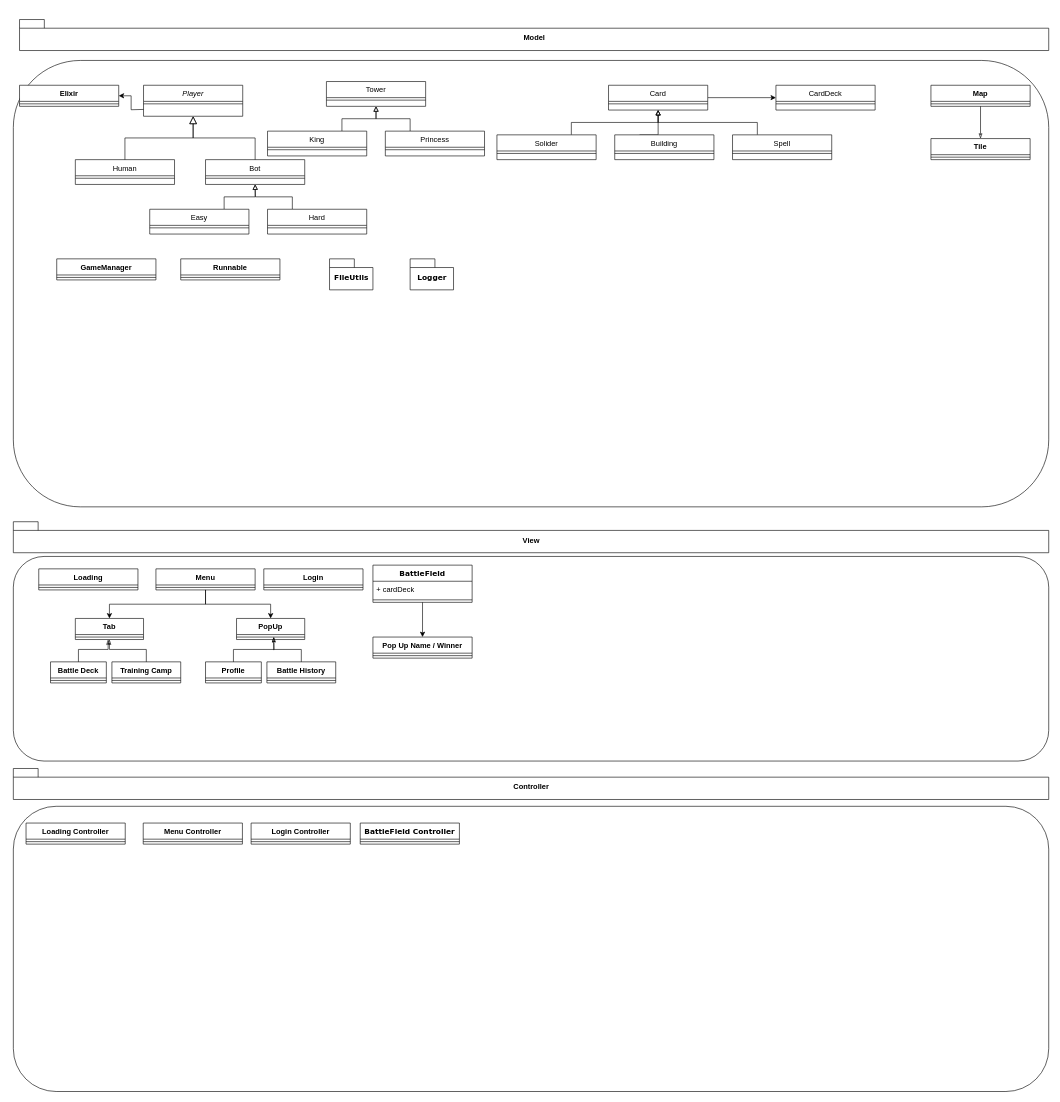
This is Clash Royale Class Diagram.drawio from pouyam79i/ClashRoyale, a draw.io file, before an edit. Source tidied: cells renumbered, new cells numbered last; positions are measured from the earlier drawing's top-left corner, leaving out a move shared by most shapes. Both pictures are drawn from the tidied source at 62%, with x=0, y=0 at pixel (13, 19).
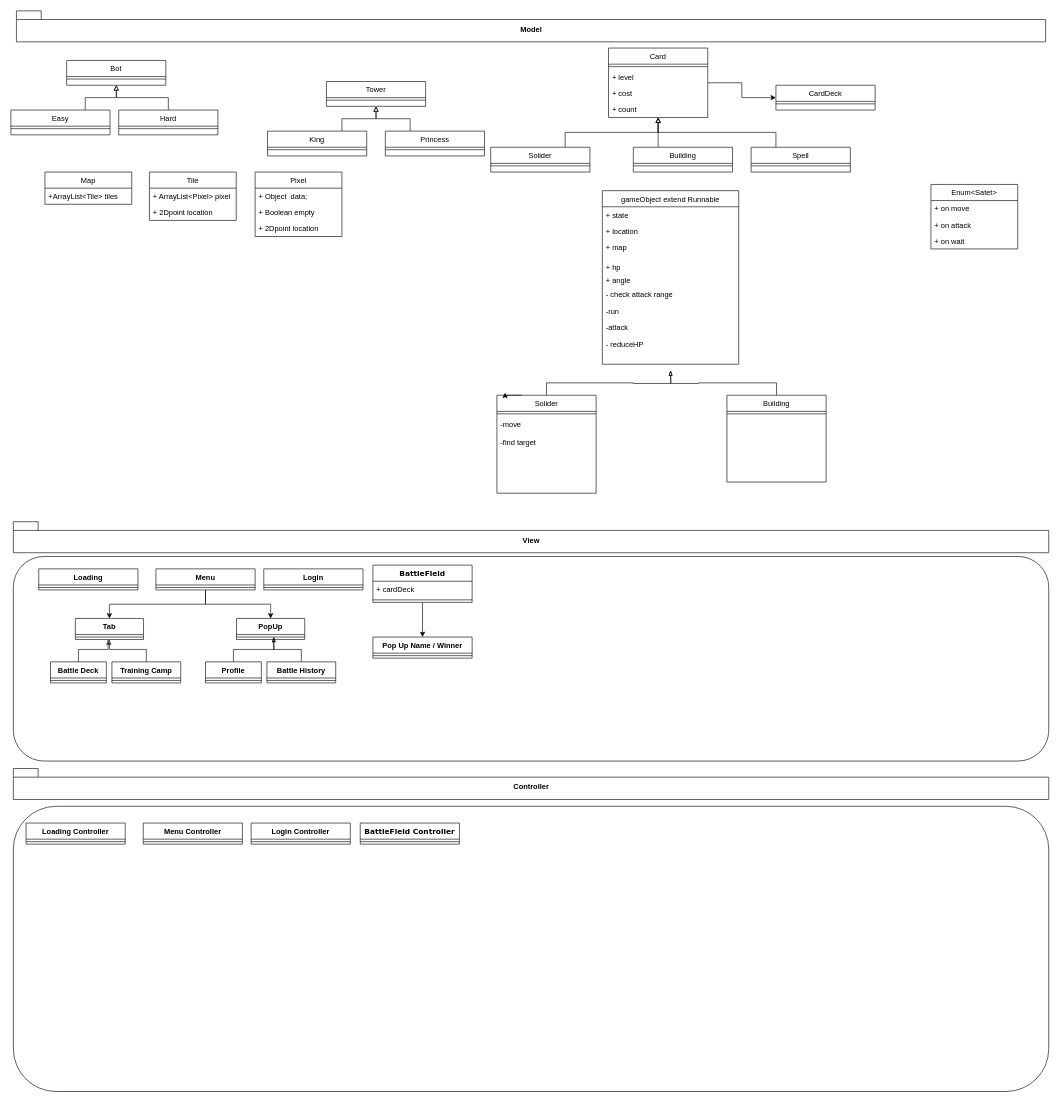
The same diagram, later.

Commit message:
feat: gameObject model and memory model for main game

Diff of the diagram source:
```diff
@@
-    <mxCell id="2" style="rounded=1;whiteSpace=wrap;html=1;fontFamily=Verdana;gradientColor=#ffffff;glass=1;fillColor=none;" parent="1" vertex="1">
-      <mxGeometry y="66" width="1670" height="720" as="geometry" />
-    </mxCell>
-    <mxCell id="3" value="Player" style="swimlane;fontStyle=2;align=center;verticalAlign=top;horizontal=1;startSize=26;rounded=0;shadow=0;strokeWidth=1;" parent="1" vertex="1">
-      <mxGeometry x="210" y="106" width="160" height="50" as="geometry" />
-    </mxCell>
-    <mxCell id="4" style="line;html=1;strokeWidth=1;align=left;verticalAlign=middle;spacingTop=-1;spacingLeft=3;spacingRight=3;labelPosition=right;" parent="3" vertex="1">
-      <mxGeometry y="26" width="160" height="8" as="geometry" />
-    </mxCell>
-    <mxCell id="5" value="Human" style="swimlane;fontStyle=0;align=center;verticalAlign=top;horizontal=1;startSize=26;rounded=0;shadow=0;strokeWidth=1;" parent="1" vertex="1">
-      <mxGeometry x="100" y="226" width="160" height="40" as="geometry" />
-    </mxCell>
-    <mxCell id="6" style="line;html=1;strokeWidth=1;align=left;verticalAlign=middle;spacingTop=-1;spacingLeft=3;spacingRight=3;labelPosition=right;" parent="5" vertex="1">
-      <mxGeometry y="26" width="160" height="8" as="geometry" />
-    </mxCell>
-    <mxCell id="7" style="endArrow=block;endSize=10;endFill=0;shadow=0;strokeWidth=1;rounded=0;edgeStyle=elbowEdgeStyle;elbow=vertical;" parent="1" edge="1" source="5" target="3">
-      <mxGeometry relative="1" as="geometry" />
-    </mxCell>
     <mxCell id="8" value="Bot" style="swimlane;fontStyle=0;align=center;verticalAlign=top;horizontal=1;startSize=26;rounded=0;shadow=0;strokeWidth=1;" parent="1" vertex="1">
-      <mxGeometry x="310" y="226" width="160" height="40" as="geometry" />
+      <mxGeometry x="86" y="66" width="160" height="40" as="geometry" />
     </mxCell>
@@
-    <mxCell id="10" style="endArrow=block;endSize=10;endFill=0;shadow=0;strokeWidth=1;rounded=0;edgeStyle=elbowEdgeStyle;elbow=vertical;" parent="1" edge="1" source="8" target="3">
-      <mxGeometry relative="1" as="geometry" />
-    </mxCell>
@@
     <mxCell id="15" value="Easy&#10;" style="swimlane;fontStyle=0;align=center;verticalAlign=top;horizontal=1;startSize=26;rounded=0;shadow=0;strokeWidth=1;" parent="1" vertex="1">
-      <mxGeometry x="220" y="306" width="160" height="40" as="geometry" />
+      <mxGeometry x="-4" y="146" width="160" height="40" as="geometry" />
     </mxCell>
@@
-    <mxCell id="17" style="edgeStyle=orthogonalEdgeStyle;rounded=0;jettySize=auto;html=1;exitX=0.25;exitY=0;exitDx=0;exitDy=0;endArrow=block;endFill=0;" parent="1" edge="1" source="18">
+    <mxCell id="17" style="edgeStyle=orthogonalEdgeStyle;rounded=0;jettySize=auto;html=1;exitX=0.5;exitY=0;exitDx=0;exitDy=0;endArrow=block;endFill=0;" parent="1" edge="1" source="18">
       <mxGeometry relative="1" as="geometry">
-        <mxPoint x="390" y="266" as="targetPoint" />
+        <mxPoint x="166" y="106" as="targetPoint" />
       </mxGeometry>
     </mxCell>
     <mxCell id="18" value="Hard" style="swimlane;fontStyle=0;align=center;verticalAlign=top;horizontal=1;startSize=26;rounded=0;shadow=0;strokeWidth=1;" parent="1" vertex="1">
-      <mxGeometry x="410" y="306" width="160" height="40" as="geometry" />
+      <mxGeometry x="170" y="146" width="160" height="40" as="geometry" />
     </mxCell>
@@
     <mxCell id="27" value="Card" style="swimlane;fontStyle=0;align=center;verticalAlign=top;horizontal=1;startSize=26;rounded=0;shadow=0;strokeWidth=1;" parent="1" vertex="1">
-      <mxGeometry x="960" y="106" width="160" height="40" as="geometry" />
+      <mxGeometry x="960" y="46" width="160" height="112" as="geometry" />
     </mxCell>
@@
+    <mxCell id="96" value="+ level" style="text;strokeColor=none;fillColor=none;align=left;verticalAlign=top;spacingLeft=4;spacingRight=4;overflow=hidden;" parent="27" vertex="1">
+      <mxGeometry y="34" width="160" height="26" as="geometry" />
+    </mxCell>
+    <mxCell id="97" value="+ cost" style="text;strokeColor=none;fillColor=none;align=left;verticalAlign=top;spacingLeft=4;spacingRight=4;overflow=hidden;" parent="27" vertex="1">
+      <mxGeometry y="60" width="160" height="26" as="geometry" />
+    </mxCell>
+    <mxCell id="98" value="+ count" style="text;strokeColor=none;fillColor=none;align=left;verticalAlign=top;spacingLeft=4;spacingRight=4;overflow=hidden;" parent="27" vertex="1">
+      <mxGeometry y="86" width="160" height="26" as="geometry" />
+    </mxCell>
@@
     <mxCell id="30" value="Solider" style="swimlane;fontStyle=0;align=center;verticalAlign=top;horizontal=1;startSize=26;rounded=0;shadow=0;strokeWidth=1;" parent="1" vertex="1">
-      <mxGeometry x="780" y="186" width="160" height="40" as="geometry" />
+      <mxGeometry x="770" y="206" width="160" height="40" as="geometry" />
     </mxCell>
@@
     <mxCell id="33" value="Building" style="swimlane;fontStyle=0;align=center;verticalAlign=top;horizontal=1;startSize=26;rounded=0;shadow=0;strokeWidth=1;" parent="1" vertex="1">
-      <mxGeometry x="970" y="186" width="160" height="40" as="geometry" />
+      <mxGeometry x="1000" y="206" width="160" height="40" as="geometry" />
     </mxCell>
@@
     <mxCell id="36" value="Spell" style="swimlane;fontStyle=0;align=center;verticalAlign=top;horizontal=1;startSize=26;rounded=0;shadow=0;strokeWidth=1;" parent="1" vertex="1">
-      <mxGeometry x="1160" y="186" width="160" height="40" as="geometry" />
+      <mxGeometry x="1190" y="206" width="160" height="40" as="geometry" />
     </mxCell>
@@
     <mxCell id="38" value="Model" style="shape=folder;fontStyle=1;spacingTop=10;tabWidth=40;tabHeight=14;tabPosition=left;html=1;" parent="1" vertex="1">
-      <mxGeometry x="10" width="1660" height="50" as="geometry" />
+      <mxGeometry x="5" y="-14" width="1660" height="50" as="geometry" />
     </mxCell>
-    <mxCell id="39" value="Tile" style="swimlane;fontStyle=1;align=center;verticalAlign=top;horizontal=1;startSize=26;" parent="1" vertex="1">
-      <mxGeometry x="1480" y="192" width="160" height="34" as="geometry" />
-    </mxCell>
-    <mxCell id="40" style="line;strokeWidth=1;fillColor=none;align=left;verticalAlign=middle;spacingTop=-1;spacingLeft=3;spacingRight=3;labelPosition=right;" parent="39" vertex="1">
-      <mxGeometry y="26" width="160" height="8" as="geometry" />
-    </mxCell>
-    <mxCell id="41" style="edgeStyle=orthogonalEdgeStyle;rounded=0;jettySize=auto;html=1;exitX=0.5;exitY=1;exitDx=0;exitDy=0;fontFamily=Verdana;endArrow=classicThin;endFill=0;" parent="1" edge="1" source="42" target="39">
-      <mxGeometry relative="1" as="geometry" />
-    </mxCell>
-    <mxCell id="42" value="Map" style="swimlane;fontStyle=1;align=center;verticalAlign=top;horizontal=1;startSize=26;" parent="1" vertex="1">
-      <mxGeometry x="1480" y="106" width="160" height="34" as="geometry" />
-    </mxCell>
-    <mxCell id="43" style="line;strokeWidth=1;fillColor=none;align=left;verticalAlign=middle;spacingTop=-1;spacingLeft=3;spacingRight=3;labelPosition=right;" parent="42" vertex="1">
-      <mxGeometry y="26" width="160" height="8" as="geometry" />
-    </mxCell>
-    <mxCell id="44" value="Elixir" style="swimlane;fontStyle=1;align=center;verticalAlign=top;horizontal=1;startSize=26;" parent="1" vertex="1">
-      <mxGeometry x="10" y="106" width="160" height="34" as="geometry" />
-    </mxCell>
-    <mxCell id="45" style="line;strokeWidth=1;fillColor=none;align=left;verticalAlign=middle;spacingTop=-1;spacingLeft=3;spacingRight=3;labelPosition=right;" parent="44" vertex="1">
-      <mxGeometry y="26" width="160" height="8" as="geometry" />
-    </mxCell>
-    <mxCell id="46" style="edgeStyle=orthogonalEdgeStyle;rounded=0;jettySize=auto;html=1;exitX=0;exitY=0.5;exitDx=0;exitDy=0;entryX=1;entryY=0.5;entryDx=0;entryDy=0;endArrow=classic;endFill=1;" parent="1" edge="1" target="44">
-      <mxGeometry relative="1" as="geometry">
-        <mxPoint x="210" y="145" as="sourcePoint" />
-      </mxGeometry>
-    </mxCell>
-    <mxCell id="47" value="GameManager&#10;" style="swimlane;fontStyle=1;align=center;verticalAlign=top;horizontal=1;startSize=26;fillColor=none;gradientColor=none;" parent="1" vertex="1">
-      <mxGeometry x="70" y="386" width="160" height="34" as="geometry" />
-    </mxCell>
-    <mxCell id="48" style="line;strokeWidth=1;fillColor=none;align=left;verticalAlign=middle;spacingTop=-1;spacingLeft=3;spacingRight=3;labelPosition=right;" parent="47" vertex="1">
-      <mxGeometry y="26" width="160" height="8" as="geometry" />
-    </mxCell>
-    <mxCell id="49" value="Runnable&#10;" style="swimlane;fontStyle=1;align=center;verticalAlign=top;horizontal=1;startSize=26;fillColor=none;gradientColor=none;" parent="1" vertex="1">
-      <mxGeometry x="270" y="386" width="160" height="34" as="geometry" />
-    </mxCell>
-    <mxCell id="50" style="line;strokeWidth=1;fillColor=none;align=left;verticalAlign=middle;spacingTop=-1;spacingLeft=3;spacingRight=3;labelPosition=right;" parent="49" vertex="1">
-      <mxGeometry y="26" width="160" height="8" as="geometry" />
-    </mxCell>
@@
-    <mxCell id="94" value="FileUtils" style="shape=folder;fontStyle=1;spacingTop=10;tabWidth=40;tabHeight=14;tabPosition=left;html=1;glass=1;fontFamily=Verdana;fillColor=none;gradientColor=#ffffff;" parent="1" vertex="1">
-      <mxGeometry x="510" y="386" width="70" height="50" as="geometry" />
-    </mxCell>
-    <mxCell id="95" value="Logger" style="shape=folder;fontStyle=1;spacingTop=10;tabWidth=40;tabHeight=14;tabPosition=left;html=1;glass=1;fontFamily=Verdana;fillColor=none;gradientColor=#ffffff;" parent="1" vertex="1">
-      <mxGeometry x="640" y="386" width="70" height="50" as="geometry" />
-    </mxCell>
+    <mxCell id="42" value="Map" style="swimlane;fontStyle=0;horizontal=1;startSize=26;fillColor=none;" parent="1" vertex="1">
+      <mxGeometry x="51" y="246" width="140" height="52" as="geometry" />
+    </mxCell>
+    <mxCell id="99" value="+ArrayList&lt;Tile&gt; tiles" style="text;strokeColor=none;fillColor=none;align=left;verticalAlign=top;spacingLeft=4;spacingRight=4;overflow=hidden;" parent="42" vertex="1">
+      <mxGeometry y="26" width="140" height="26" as="geometry" />
+    </mxCell>
+    <mxCell id="39" value="Tile" style="swimlane;fontStyle=0;horizontal=1;startSize=26;fillColor=none;" parent="1" vertex="1">
+      <mxGeometry x="219.5" y="246" width="140" height="78" as="geometry" />
+    </mxCell>
+    <mxCell id="100" value="+ ArrayList&lt;Pixel&gt; pixel" style="text;strokeColor=none;fillColor=none;align=left;verticalAlign=top;spacingLeft=4;spacingRight=4;overflow=hidden;" parent="39" vertex="1">
+      <mxGeometry y="26" width="140" height="26" as="geometry" />
+    </mxCell>
+    <mxCell id="101" value="+ 2Dpoint location" style="text;strokeColor=none;fillColor=none;align=left;verticalAlign=top;spacingLeft=4;spacingRight=4;overflow=hidden;" parent="39" vertex="1">
+      <mxGeometry y="52" width="140" height="26" as="geometry" />
+    </mxCell>
+    <mxCell id="102" value="Pixel" style="swimlane;fontStyle=0;horizontal=1;startSize=26;fillColor=none;" parent="1" vertex="1">
+      <mxGeometry x="390" y="246" width="140" height="104" as="geometry" />
+    </mxCell>
+    <mxCell id="103" value="+ Object  data;" style="text;strokeColor=none;fillColor=none;align=left;verticalAlign=top;spacingLeft=4;spacingRight=4;overflow=hidden;" parent="102" vertex="1">
+      <mxGeometry y="26" width="140" height="26" as="geometry" />
+    </mxCell>
+    <mxCell id="104" value="+ Boolean empty" style="text;strokeColor=none;fillColor=none;align=left;verticalAlign=top;spacingLeft=4;spacingRight=4;overflow=hidden;" parent="102" vertex="1">
+      <mxGeometry y="52" width="140" height="26" as="geometry" />
+    </mxCell>
+    <mxCell id="105" value="+ 2Dpoint location" style="text;strokeColor=none;fillColor=none;align=left;verticalAlign=top;spacingLeft=4;spacingRight=4;overflow=hidden;" parent="102" vertex="1">
+      <mxGeometry y="78" width="140" height="26" as="geometry" />
+    </mxCell>
+    <mxCell id="106" value="gameObject extend Runnable" style="swimlane;fontStyle=0;horizontal=1;startSize=26;fillColor=none;" parent="1" vertex="1">
+      <mxGeometry x="950" y="276" width="220" height="280" as="geometry" />
+    </mxCell>
+    <mxCell id="107" value="+ state" style="text;strokeColor=none;fillColor=none;align=left;verticalAlign=top;spacingLeft=4;spacingRight=4;overflow=hidden;" parent="106" vertex="1">
+      <mxGeometry y="26" width="220" height="26" as="geometry" />
+    </mxCell>
+    <mxCell id="108" value="+ location" style="text;strokeColor=none;fillColor=none;align=left;verticalAlign=top;spacingLeft=4;spacingRight=4;overflow=hidden;" parent="106" vertex="1">
+      <mxGeometry y="52" width="220" height="26" as="geometry" />
+    </mxCell>
+    <mxCell id="109" value="+ map" style="text;strokeColor=none;fillColor=none;align=left;verticalAlign=top;spacingLeft=4;spacingRight=4;overflow=hidden;" parent="106" vertex="1">
+      <mxGeometry y="78" width="220" height="32" as="geometry" />
+    </mxCell>
+    <mxCell id="110" value="+ hp" style="text;strokeColor=none;fillColor=none;align=left;verticalAlign=top;spacingLeft=4;spacingRight=4;overflow=hidden;" parent="106" vertex="1">
+      <mxGeometry y="110" width="220" height="22" as="geometry" />
+    </mxCell>
+    <mxCell id="111" value="+ angle" style="text;strokeColor=none;fillColor=none;align=left;verticalAlign=top;spacingLeft=4;spacingRight=4;overflow=hidden;" parent="106" vertex="1">
+      <mxGeometry y="132" width="220" height="22" as="geometry" />
+    </mxCell>
+    <mxCell id="112" value="- check attack range" style="text;strokeColor=none;fillColor=none;align=left;verticalAlign=top;spacingLeft=4;spacingRight=4;overflow=hidden;" parent="106" vertex="1">
+      <mxGeometry y="154" width="220" height="28" as="geometry" />
+    </mxCell>
+    <mxCell id="113" value="-run" style="text;strokeColor=none;fillColor=none;align=left;verticalAlign=top;spacingLeft=4;spacingRight=4;overflow=hidden;" parent="106" vertex="1">
+      <mxGeometry y="182" width="220" height="26" as="geometry" />
+    </mxCell>
+    <mxCell id="114" value="-attack" style="text;strokeColor=none;fillColor=none;align=left;verticalAlign=top;spacingLeft=4;spacingRight=4;overflow=hidden;" parent="106" vertex="1">
+      <mxGeometry y="208" width="220" height="26" as="geometry" />
+    </mxCell>
+    <mxCell id="115" value="- reduceHP" style="text;strokeColor=none;fillColor=none;align=left;verticalAlign=top;spacingLeft=4;spacingRight=4;overflow=hidden;" parent="106" vertex="1">
+      <mxGeometry y="234" width="220" height="46" as="geometry" />
+    </mxCell>
+    <mxCell id="116" style="edgeStyle=orthogonalEdgeStyle;rounded=0;jettySize=auto;html=1;exitX=0.5;exitY=0;exitDx=0;exitDy=0;endArrow=blockThin;endFill=0;" parent="1" edge="1" source="117">
+      <mxGeometry relative="1" as="geometry">
+        <mxPoint x="1060" y="566" as="targetPoint" />
+      </mxGeometry>
+    </mxCell>
+    <mxCell id="117" value="Solider" style="swimlane;fontStyle=0;align=center;verticalAlign=top;horizontal=1;startSize=26;rounded=0;shadow=0;strokeWidth=1;" parent="1" vertex="1">
+      <mxGeometry x="780" y="606" width="160" height="158" as="geometry" />
+    </mxCell>
+    <mxCell id="118" style="line;html=1;strokeWidth=1;align=left;verticalAlign=middle;spacingTop=-1;spacingLeft=3;spacingRight=3;labelPosition=right;" parent="117" vertex="1">
+      <mxGeometry y="26" width="160" height="8" as="geometry" />
+    </mxCell>
+    <mxCell id="119" value="-move" style="text;strokeColor=none;fillColor=none;align=left;verticalAlign=top;spacingLeft=4;spacingRight=4;overflow=hidden;" parent="117" vertex="1">
+      <mxGeometry y="34" width="160" height="28" as="geometry" />
+    </mxCell>
+    <mxCell id="120" value="-find target" style="text;strokeColor=none;fillColor=none;align=left;verticalAlign=top;spacingLeft=4;spacingRight=4;overflow=hidden;" parent="117" vertex="1">
+      <mxGeometry y="62" width="160" height="96" as="geometry" />
+    </mxCell>
+    <mxCell id="121" style="edgeStyle=orthogonalEdgeStyle;rounded=0;jettySize=auto;html=1;exitX=0.5;exitY=0;exitDx=0;exitDy=0;endArrow=blockThin;endFill=0;" parent="1" edge="1" source="122">
+      <mxGeometry relative="1" as="geometry">
+        <mxPoint x="1060" y="566" as="targetPoint" />
+      </mxGeometry>
+    </mxCell>
+    <mxCell id="122" value="Building" style="swimlane;fontStyle=0;align=center;verticalAlign=top;horizontal=1;startSize=26;rounded=0;shadow=0;strokeWidth=1;" parent="1" vertex="1">
+      <mxGeometry x="1151" y="606" width="160" height="140" as="geometry" />
+    </mxCell>
+    <mxCell id="123" style="line;html=1;strokeWidth=1;align=left;verticalAlign=middle;spacingTop=-1;spacingLeft=3;spacingRight=3;labelPosition=right;" parent="122" vertex="1">
+      <mxGeometry y="26" width="160" height="8" as="geometry" />
+    </mxCell>
+    <mxCell id="124" value="Enum&lt;Satet&gt;" style="swimlane;fontStyle=0;horizontal=1;startSize=26;fillColor=none;" parent="1" vertex="1">
+      <mxGeometry x="1480" y="266" width="140" height="104" as="geometry" />
+    </mxCell>
+    <mxCell id="125" value="+ on move" style="text;strokeColor=none;fillColor=none;align=left;verticalAlign=top;spacingLeft=4;spacingRight=4;overflow=hidden;" parent="124" vertex="1">
+      <mxGeometry y="26" width="140" height="26" as="geometry" />
+    </mxCell>
+    <mxCell id="126" value="+ on attack" style="text;strokeColor=none;fillColor=none;align=left;verticalAlign=top;spacingLeft=4;spacingRight=4;overflow=hidden;" parent="124" vertex="1">
+      <mxGeometry y="52" width="140" height="26" as="geometry" />
+    </mxCell>
+    <mxCell id="127" value="+ on wait" style="text;strokeColor=none;fillColor=none;align=left;verticalAlign=top;spacingLeft=4;spacingRight=4;overflow=hidden;" parent="124" vertex="1">
+      <mxGeometry y="78" width="140" height="26" as="geometry" />
+    </mxCell>
+    <mxCell id="128" style="edgeStyle=orthogonalEdgeStyle;rounded=0;orthogonalLoop=1;jettySize=auto;html=1;exitX=0.25;exitY=0;exitDx=0;exitDy=0;entryX=0.082;entryY=-0.025;entryDx=0;entryDy=0;entryPerimeter=0;" parent="1" edge="1" source="117" target="117">
+      <mxGeometry relative="1" as="geometry" />
+    </mxCell>
```
